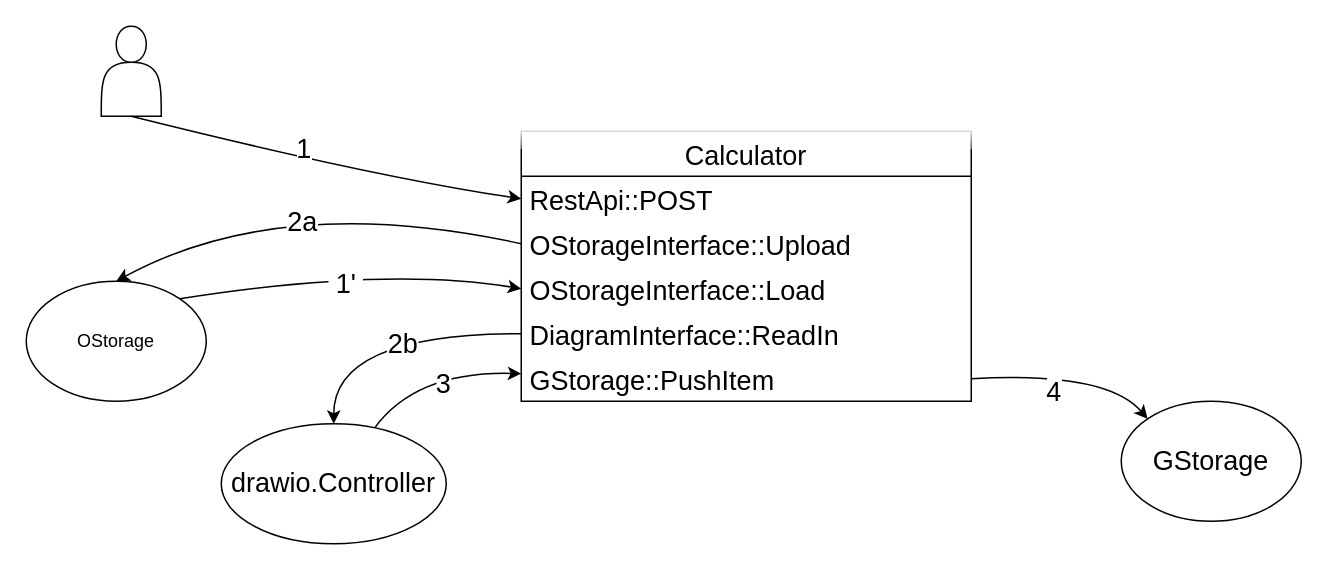
The draw.io diagram page "Page-1" (1 of 2) of Diagrams/Diagram_upload_flow.drawio in aemakeye/circuit_calculator, before the edit. Source tidied: cells renumbered, new cells numbered last; positions are measured from the earlier drawing's top-left corner, leaving out a move shared by most shapes. Both pictures are drawn from the tidied source at 150%, with x=0, y=0 at pixel (26, 26).
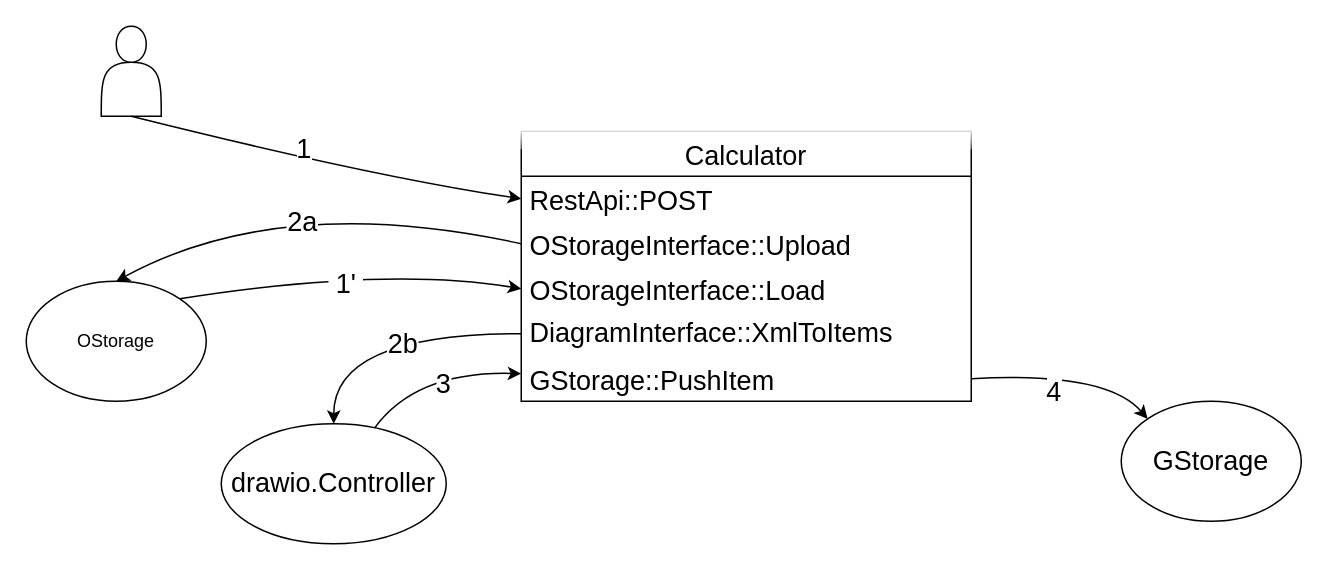
Above is the later version.

The change refers to these unchanged cells:
```xml
<mxCell id="11" value="Calculator" style="swimlane;fontStyle=0;horizontal=1;startSize=30;fontSize=18;glass=1;labelPadding=0;" parent="1" vertex="1">
  <mxGeometry x="330" y="70" width="300" height="180" as="geometry" />
</mxCell>
```

What changed in the source:
```diff
@@
-    <mxCell id="15" value="DiagramInterface::ReadIn" style="text;strokeColor=none;fillColor=none;align=left;verticalAlign=middle;spacingLeft=4;spacingRight=4;overflow=hidden;points=[[0,0.5],[1,0.5]];portConstraint=eastwest;fontSize=18;" parent="11" vertex="1">
+    <mxCell id="15" value="DiagramInterface::XmlToItems" style="text;strokeColor=none;fillColor=none;align=left;verticalAlign=middle;spacingLeft=4;spacingRight=4;overflow=hidden;points=[[0,0.5],[1,0.5]];portConstraint=eastwest;fontSize=18;html=1;" parent="11" vertex="1">
       <mxGeometry y="120" width="300" height="30" as="geometry" />
     </mxCell>
```
